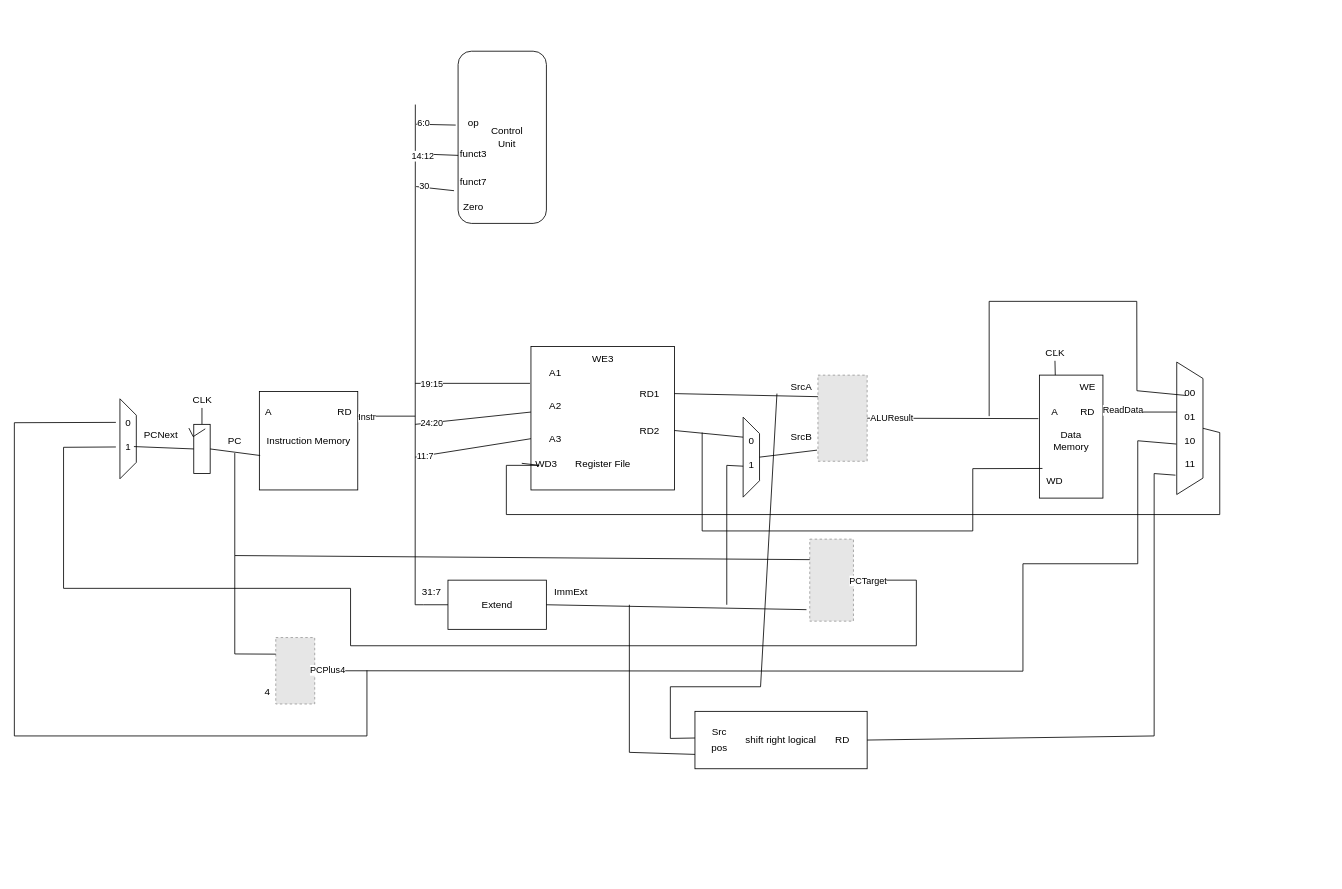
Before: SRLI.drawio in aschi2403/RA-Projekt, a draw.io diagram. Source tidied: cells renumbered, new cells numbered last; positions are measured from the earlier drawing's top-left corner, leaving out a move shared by most shapes. Both pictures are drawn from the tidied source at 82%, with x=0, y=0 at pixel (14, 55). Pictures stored in the file or linked from it are replaced by grey dashed boxes.
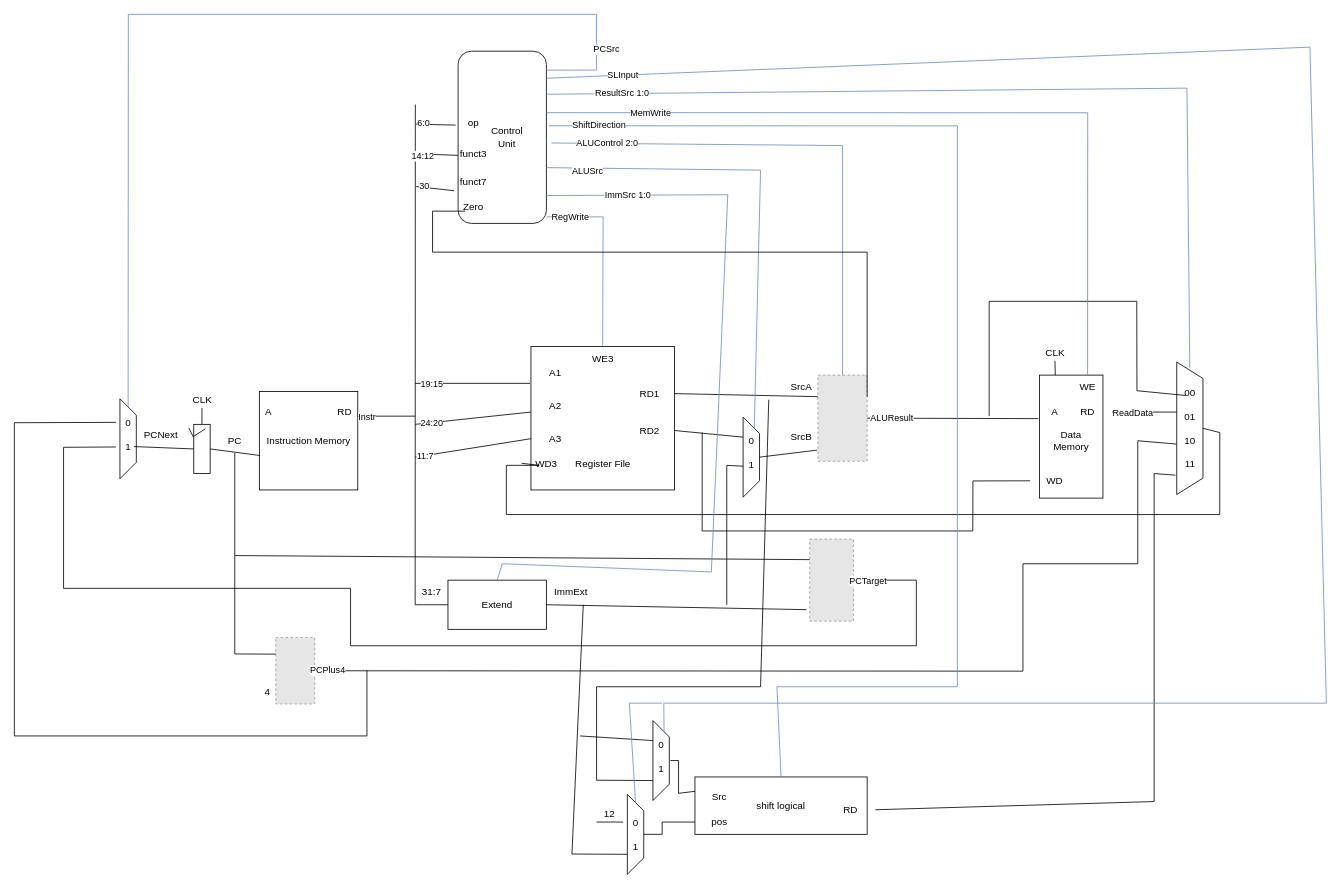
The same page after the edit.

The change refers to these unchanged cells:
```xml
<mxCell id="13" style="shape=trapezoid;perimeter=trapezoidPerimeter;whiteSpace=wrap;html=1;fixedSize=1;rotation=90;" parent="12" vertex="1">
  <mxGeometry x="-18.8" y="38.8" width="97.5" height="20" as="geometry" />
</mxCell>
<mxCell id="28" value="WE3" style="text;html=1;strokeColor=none;fillColor=none;align=center;verticalAlign=middle;whiteSpace=wrap;rounded=0;" parent="1" vertex="1">
  <mxGeometry x="687.5" y="355" width="60" height="30" as="geometry" />
</mxCell>
<mxCell id="30" style="fillColor=#E6E6E6;strokeColor=#999999;dashed=1;verticalLabelPosition=bottom;labelBackgroundColor=default;verticalAlign=top;" parent="1" vertex="1">
  <mxGeometry x="980" y="390" width="60" height="105" as="geometry" />
</mxCell>
<mxCell id="32" value="SrcA" style="text;html=1;strokeColor=none;fillColor=none;align=center;verticalAlign=middle;whiteSpace=wrap;rounded=0;" parent="1" vertex="1">
  <mxGeometry x="930" y="390" width="60" height="30" as="geometry" />
</mxCell>
<mxCell id="35" style="shape=trapezoid;perimeter=trapezoidPerimeter;whiteSpace=wrap;html=1;fixedSize=1;rotation=90;" parent="1" vertex="1">
  <mxGeometry x="850" y="480" width="97.5" height="20" as="geometry" />
</mxCell>
<mxCell id="46" value="Extend" style="rounded=0;whiteSpace=wrap;html=1;" parent="1" vertex="1">
  <mxGeometry x="528.8" y="640" width="120" height="60" as="geometry" />
</mxCell>
<mxCell id="50" value="ImmExt" style="text;html=1;strokeColor=none;fillColor=none;align=center;verticalAlign=middle;whiteSpace=wrap;rounded=0;" parent="1" vertex="1">
  <mxGeometry x="648.8" y="640" width="60" height="30" as="geometry" />
</mxCell>
<mxCell id="59" value="WE" style="text;html=1;strokeColor=none;fillColor=none;align=center;verticalAlign=middle;whiteSpace=wrap;rounded=0;" parent="1" vertex="1">
  <mxGeometry x="1278.8" y="390" width="60" height="30" as="geometry" />
</mxCell>
<mxCell id="64" value="WD" style="text;html=1;strokeColor=none;fillColor=none;align=center;verticalAlign=middle;whiteSpace=wrap;rounded=0;" parent="1" vertex="1">
  <mxGeometry x="1238.8" y="503.8" width="60" height="30" as="geometry" />
</mxCell>
<mxCell id="65" style="endArrow=none;html=1;rounded=0;exitX=1;exitY=0.5;exitDx=0;exitDy=0;" parent="1" edge="1" source="58">
  <mxGeometry relative="1" as="geometry">
    <mxPoint x="1418.8" y="435" as="targetPoint" />
  </mxGeometry>
</mxCell>
<mxCell id="67" style="shape=trapezoid;perimeter=trapezoidPerimeter;whiteSpace=wrap;html=1;fixedSize=1;rotation=90;" parent="1" vertex="1">
  <mxGeometry x="1352.8" y="438.8" width="161.5" height="32" as="geometry" />
</mxCell>
<mxCell id="68" value="&lt;div&gt;00&lt;/div&gt;&lt;div&gt;&lt;br&gt;&lt;/div&gt;&lt;div&gt;01&lt;/div&gt;&lt;div&gt;&lt;br&gt;&lt;/div&gt;&lt;div&gt;10&lt;br&gt;&lt;/div&gt;&lt;div&gt;&lt;br&gt;&lt;/div&gt;&lt;div&gt;11&lt;br&gt;&lt;/div&gt;" style="text;html=1;strokeColor=none;fillColor=none;align=center;verticalAlign=middle;whiteSpace=wrap;rounded=0;" parent="1" vertex="1">
  <mxGeometry x="1403.5" y="381" width="60" height="147.5" as="geometry" />
</mxCell>
<mxCell id="82" style="rounded=1;whiteSpace=wrap;html=1;rotation=90;" parent="81" vertex="1">
  <mxGeometry x="-70" y="46.1" width="210" height="107.7" as="geometry" />
</mxCell>
<mxCell id="87" value="Zero" style="text;html=1;strokeColor=none;fillColor=none;align=center;verticalAlign=middle;whiteSpace=wrap;rounded=0;" parent="81" vertex="1">
  <mxGeometry x="-30" y="170" width="60" height="30" as="geometry" />
</mxCell>
```

Change to the diagram source:
```diff
@@
     <mxCell id="66" value="ReadData" style="edgeLabel;html=1;align=center;verticalAlign=middle;" parent="65" vertex="1">
-      <mxGeometry x="-0.68" y="3" relative="1" as="geometry" />
+      <mxGeometry x="-0.68" y="3" relative="1" as="geometry">
+        <mxPoint x="12" y="3" as="offset" />
+      </mxGeometry>
     </mxCell>
@@
-    <mxCell id="71" style="endArrow=none;html=1;rounded=0;entryX=0.25;entryY=0;entryDx=0;entryDy=0;" parent="1" edge="1" target="64">
+    <mxCell id="71" style="endArrow=none;html=1;rounded=0;" parent="1" edge="1" target="64">
       <mxGeometry relative="1" as="geometry">
         <mxPoint x="838.8" y="460" as="sourcePoint" />
         <Array as="points">
           <mxPoint x="838.8" y="580" />
           <mxPoint x="1168.8" y="580" />
-          <mxPoint x="1168.8" y="504" />
+          <mxPoint x="1169" y="519" />
         </Array>
       </mxGeometry>
     </mxCell>
@@
-    <mxCell id="96" value="shift right logical" style="rounded=0;whiteSpace=wrap;html=1;" parent="1" vertex="1">
-      <mxGeometry x="830" y="800" width="210" height="70" as="geometry" />
+    <mxCell id="96" value="shift logical" style="rounded=0;whiteSpace=wrap;html=1;" parent="1" vertex="1">
+      <mxGeometry x="830" y="880" width="210" height="70" as="geometry" />
     </mxCell>
     <mxCell id="97" value="pos" style="text;html=1;strokeColor=none;fillColor=none;align=center;verticalAlign=middle;whiteSpace=wrap;rounded=0;" parent="1" vertex="1">
-      <mxGeometry x="830" y="830" width="60" height="30" as="geometry" />
+      <mxGeometry x="830" y="920" width="60" height="30" as="geometry" />
     </mxCell>
     <mxCell id="98" value="Src" style="text;html=1;strokeColor=none;fillColor=none;align=center;verticalAlign=middle;whiteSpace=wrap;rounded=0;" parent="1" vertex="1">
-      <mxGeometry x="830" y="810" width="60" height="30" as="geometry" />
+      <mxGeometry x="830" y="890" width="60" height="30" as="geometry" />
     </mxCell>
     <mxCell id="99" value="RD" style="text;html=1;strokeColor=none;fillColor=none;align=center;verticalAlign=middle;whiteSpace=wrap;rounded=0;" parent="1" vertex="1">
-      <mxGeometry x="980" y="820" width="60" height="30" as="geometry" />
+      <mxGeometry x="990" y="905" width="60" height="30" as="geometry" />
     </mxCell>
-    <mxCell id="100" style="endArrow=none;html=1;rounded=0;entryX=0;entryY=0.75;entryDx=0;entryDy=0;" parent="1" edge="1" target="97">
+    <mxCell id="100" style="endArrow=none;html=1;rounded=0;exitX=0.75;exitY=1;exitDx=0;exitDy=0;entryX=0.75;entryY=1;entryDx=0;entryDy=0;" parent="1" edge="1" source="50" target="120">
       <mxGeometry relative="1" as="geometry">
-        <mxPoint x="750" y="670" as="sourcePoint" />
         <Array as="points">
-          <mxPoint x="750" y="850" />
+          <mxPoint x="680" y="974" />
         </Array>
       </mxGeometry>
     </mxCell>
-    <mxCell id="101" style="endArrow=none;html=1;rounded=0;exitX=0;exitY=0.75;exitDx=0;exitDy=0;entryX=0;entryY=0.75;entryDx=0;entryDy=0;" parent="1" edge="1" source="98" target="32">
-      <mxGeometry relative="1" as="geometry">
-        <Array as="points">
-          <mxPoint x="800" y="833" />
-          <mxPoint x="800" y="770" />
-          <mxPoint x="910" y="770" />
-        </Array>
-      </mxGeometry>
-    </mxCell>
@@
     <mxCell id="103" style="endArrow=none;html=1;rounded=0;exitX=1;exitY=0.5;exitDx=0;exitDy=0;entryX=0.854;entryY=1.049;entryDx=0;entryDy=0;entryPerimeter=0;" parent="1" edge="1" source="99" target="67">
       <mxGeometry relative="1" as="geometry">
         <Array as="points">
-          <mxPoint x="1390" y="830" />
+          <mxPoint x="1390" y="910" />
           <mxPoint x="1390" y="510" />
         </Array>
       </mxGeometry>
     </mxCell>
+    <mxCell id="104" style="endArrow=none;html=1;rounded=0;exitX=0.11;exitY=0.008;exitDx=0;exitDy=0;exitPerimeter=0;fillColor=#dae8fc;strokeColor=#6c8ebf;entryX=0;entryY=0.5;entryDx=0;entryDy=0;" parent="1" edge="1" source="82" target="13">
+      <mxGeometry relative="1" as="geometry">
+        <Array as="points">
+          <mxPoint x="710" y="18" />
+          <mxPoint x="710" y="-50" />
+          <mxPoint x="139" y="-50" />
+        </Array>
+      </mxGeometry>
+    </mxCell>
+    <mxCell id="105" value="PCSrc" style="edgeLabel;html=1;align=center;verticalAlign=middle;" parent="104" vertex="1">
+      <mxGeometry x="-0.85" y="2" relative="1" as="geometry">
+        <mxPoint x="13" as="offset" />
+      </mxGeometry>
+    </mxCell>
+    <mxCell id="106" style="endArrow=none;html=1;rounded=0;exitX=0.25;exitY=0;exitDx=0;exitDy=0;fillColor=#dae8fc;strokeColor=#6c8ebf;entryX=0.5;entryY=0;entryDx=0;entryDy=0;" parent="1" edge="1" source="82" target="68">
+      <mxGeometry relative="1" as="geometry">
+        <Array as="points">
+          <mxPoint x="1430" y="40" />
+        </Array>
+      </mxGeometry>
+    </mxCell>
+    <mxCell id="107" value="ResultSrc 1:0" style="edgeLabel;html=1;align=center;verticalAlign=middle;" parent="106" vertex="1">
+      <mxGeometry x="-0.88" y="1" relative="1" as="geometry">
+        <mxPoint x="25" as="offset" />
+      </mxGeometry>
+    </mxCell>
+    <mxCell id="108" value="MemWrite" style="endArrow=none;html=1;rounded=0;exitX=0.357;exitY=-0.001;exitDx=0;exitDy=0;exitPerimeter=0;fillColor=#dae8fc;strokeColor=#6c8ebf;entryX=0.5;entryY=0;entryDx=0;entryDy=0;" parent="1" edge="1" source="82" target="59">
+      <mxGeometry x="-0.74" relative="1" as="geometry">
+        <Array as="points">
+          <mxPoint x="1309" y="70" />
+        </Array>
+      </mxGeometry>
+    </mxCell>
+    <mxCell id="109" style="endArrow=none;html=1;rounded=0;exitX=0.533;exitY=-0.057;exitDx=0;exitDy=0;exitPerimeter=0;fillColor=#dae8fc;strokeColor=#6c8ebf;entryX=0.5;entryY=0;entryDx=0;entryDy=0;" parent="1" edge="1" source="82" target="30">
+      <mxGeometry relative="1" as="geometry">
+        <Array as="points">
+          <mxPoint x="1010" y="110" />
+        </Array>
+      </mxGeometry>
+    </mxCell>
+    <mxCell id="110" value="ALUControl 2:0" style="edgeLabel;html=1;align=center;verticalAlign=middle;" parent="109" vertex="1">
+      <mxGeometry x="-0.82" y="-2" relative="1" as="geometry">
+        <mxPoint x="11" y="-3" as="offset" />
+      </mxGeometry>
+    </mxCell>
+    <mxCell id="111" style="endArrow=none;html=1;rounded=0;exitX=0.676;exitY=-0.001;exitDx=0;exitDy=0;exitPerimeter=0;fillColor=#dae8fc;strokeColor=#6c8ebf;entryX=0;entryY=0.25;entryDx=0;entryDy=0;" parent="1" edge="1" source="82" target="35">
+      <mxGeometry relative="1" as="geometry">
+        <Array as="points">
+          <mxPoint x="910" y="140" />
+        </Array>
+      </mxGeometry>
+    </mxCell>
+    <mxCell id="112" value="ALUSrc" style="edgeLabel;html=1;align=center;verticalAlign=middle;" parent="111" vertex="1">
+      <mxGeometry x="-0.88" y="-2" relative="1" as="geometry">
+        <mxPoint x="15" y="1" as="offset" />
+      </mxGeometry>
+    </mxCell>
+    <mxCell id="113" style="endArrow=none;html=1;rounded=0;exitX=0.838;exitY=0.008;exitDx=0;exitDy=0;exitPerimeter=0;fillColor=#dae8fc;strokeColor=#6c8ebf;entryX=0.5;entryY=0;entryDx=0;entryDy=0;" parent="1" edge="1" source="82" target="46">
+      <mxGeometry relative="1" as="geometry">
+        <Array as="points">
+          <mxPoint x="870" y="170" />
+          <mxPoint x="850" y="630" />
+          <mxPoint x="595" y="620" />
+        </Array>
+      </mxGeometry>
+    </mxCell>
+    <mxCell id="114" value="ImmSrc 1:0" style="edgeLabel;html=1;align=center;verticalAlign=middle;" parent="113" vertex="1">
+      <mxGeometry x="-0.84" relative="1" as="geometry">
+        <mxPoint x="23" y="-1" as="offset" />
+      </mxGeometry>
+    </mxCell>
+    <mxCell id="115" style="endArrow=none;html=1;rounded=0;exitX=0.962;exitY=-0.001;exitDx=0;exitDy=0;exitPerimeter=0;entryX=0.5;entryY=0;entryDx=0;entryDy=0;fillColor=#dae8fc;strokeColor=#6c8ebf;" parent="1" edge="1" source="82" target="28">
+      <mxGeometry relative="1" as="geometry">
+        <Array as="points">
+          <mxPoint x="718" y="197" />
+        </Array>
+      </mxGeometry>
+    </mxCell>
+    <mxCell id="116" value="RegWrite" style="edgeLabel;html=1;align=center;verticalAlign=middle;" parent="115" vertex="1">
+      <mxGeometry x="-0.87" relative="1" as="geometry">
+        <mxPoint x="14" as="offset" />
+      </mxGeometry>
+    </mxCell>
+    <mxCell id="117" style="endArrow=none;html=1;rounded=0;entryX=1;entryY=0.25;entryDx=0;entryDy=0;exitX=0.333;exitY=0.667;exitDx=0;exitDy=0;exitPerimeter=0;" parent="1" edge="1" source="87" target="30">
+      <mxGeometry relative="1" as="geometry">
+        <Array as="points">
+          <mxPoint x="510" y="190" />
+          <mxPoint x="510" y="240" />
+          <mxPoint x="1040" y="240" />
+        </Array>
+      </mxGeometry>
+    </mxCell>
+    <mxCell id="118" style="endArrow=none;html=1;rounded=0;exitX=0.5;exitY=0;exitDx=0;exitDy=0;fillColor=#dae8fc;strokeColor=#6c8ebf;entryX=0.433;entryY=-0.029;entryDx=0;entryDy=0;entryPerimeter=0;" parent="1" edge="1" source="96" target="82">
+      <mxGeometry relative="1" as="geometry">
+        <Array as="points">
+          <mxPoint x="930" y="770" />
+          <mxPoint x="1150" y="770" />
+          <mxPoint x="1150" y="86" />
+        </Array>
+      </mxGeometry>
+    </mxCell>
+    <mxCell id="119" value="ShiftDirection" style="edgeLabel;html=1;align=center;verticalAlign=middle;" parent="118" vertex="1">
+      <mxGeometry x="0.92" y="-1" relative="1" as="geometry" />
+    </mxCell>
+    <mxCell id="120" style="shape=trapezoid;perimeter=trapezoidPerimeter;whiteSpace=wrap;html=1;fixedSize=1;rotation=90;" parent="1" vertex="1">
+      <mxGeometry x="708.8" y="940" width="97.5" height="20" as="geometry" />
+    </mxCell>
+    <mxCell id="121" value="&lt;div&gt;0&lt;/div&gt;&lt;div&gt;&lt;br&gt;&lt;/div&gt;&lt;div&gt;1&lt;br&gt;&lt;/div&gt;" style="text;html=1;strokeColor=none;fillColor=none;align=center;verticalAlign=middle;whiteSpace=wrap;rounded=0;" parent="1" vertex="1">
+      <mxGeometry x="727.5" y="935" width="60" height="30" as="geometry" />
+    </mxCell>
+    <mxCell id="122" style="endArrow=none;html=1;rounded=0;exitX=0.5;exitY=0;exitDx=0;exitDy=0;entryX=0;entryY=0.5;entryDx=0;entryDy=0;" parent="1" edge="1" source="120" target="97">
+      <mxGeometry relative="1" as="geometry">
+        <Array as="points">
+          <mxPoint x="790" y="950" />
+          <mxPoint x="790" y="935" />
+        </Array>
+      </mxGeometry>
+    </mxCell>
+    <mxCell id="123" style="shape=trapezoid;perimeter=trapezoidPerimeter;whiteSpace=wrap;html=1;fixedSize=1;rotation=90;" parent="1" vertex="1">
+      <mxGeometry x="740" y="850" width="97.5" height="20" as="geometry" />
+    </mxCell>
+    <mxCell id="124" style="endArrow=none;html=1;rounded=0;entryX=0.25;entryY=1;entryDx=0;entryDy=0;" parent="1" edge="1" target="123">
+      <mxGeometry relative="1" as="geometry">
+        <mxPoint x="690" y="830" as="sourcePoint" />
+      </mxGeometry>
+    </mxCell>
+    <mxCell id="125" style="endArrow=none;html=1;rounded=0;exitX=0.75;exitY=1;exitDx=0;exitDy=0;" parent="1" edge="1" source="123">
+      <mxGeometry relative="1" as="geometry">
+        <mxPoint x="920" y="420" as="targetPoint" />
+        <Array as="points">
+          <mxPoint x="710" y="884" />
+          <mxPoint x="710" y="770" />
+          <mxPoint x="910" y="770" />
+        </Array>
+      </mxGeometry>
+    </mxCell>
+    <mxCell id="126" value="&lt;div&gt;0&lt;/div&gt;&lt;div&gt;&lt;br&gt;&lt;/div&gt;&lt;div&gt;1&lt;br&gt;&lt;/div&gt;" style="text;html=1;strokeColor=none;fillColor=none;align=center;verticalAlign=middle;whiteSpace=wrap;rounded=0;" parent="1" vertex="1">
+      <mxGeometry x="758.8" y="840" width="60" height="30" as="geometry" />
+    </mxCell>
+    <mxCell id="127" style="endArrow=none;html=1;rounded=0;exitX=0;exitY=0.25;exitDx=0;exitDy=0;" parent="1" edge="1" source="96">
+      <mxGeometry relative="1" as="geometry">
+        <mxPoint x="800" y="860" as="targetPoint" />
+        <Array as="points">
+          <mxPoint x="810" y="900" />
+          <mxPoint x="810" y="860" />
+        </Array>
+      </mxGeometry>
+    </mxCell>
+    <mxCell id="128" style="endArrow=none;html=1;rounded=0;fillColor=#dae8fc;strokeColor=#6c8ebf;exitX=0;exitY=0.25;exitDx=0;exitDy=0;" parent="1" edge="1" source="123">
+      <mxGeometry relative="1" as="geometry">
+        <mxPoint x="1580" y="-10" as="targetPoint" />
+        <Array as="points">
+          <mxPoint x="792" y="790" />
+          <mxPoint x="1600" y="790" />
+        </Array>
+      </mxGeometry>
+    </mxCell>
+    <mxCell id="129" style="endArrow=none;html=1;rounded=0;entryX=0;entryY=0.5;entryDx=0;entryDy=0;fillColor=#dae8fc;strokeColor=#6c8ebf;" parent="1" edge="1" target="120">
+      <mxGeometry relative="1" as="geometry">
+        <mxPoint x="790" y="790" as="sourcePoint" />
+        <Array as="points">
+          <mxPoint x="750" y="790" />
+        </Array>
+      </mxGeometry>
+    </mxCell>
+    <mxCell id="130" style="endArrow=none;html=1;rounded=0;fillColor=#dae8fc;strokeColor=#6c8ebf;exitX=0.157;exitY=-0.001;exitDx=0;exitDy=0;exitPerimeter=0;" parent="1" edge="1" source="82">
+      <mxGeometry relative="1" as="geometry">
+        <mxPoint x="1580" y="-10" as="targetPoint" />
+      </mxGeometry>
+    </mxCell>
+    <mxCell id="131" value="SLInput" style="edgeLabel;html=1;align=center;verticalAlign=middle;" parent="130" vertex="1">
+      <mxGeometry x="-0.8" y="1" relative="1" as="geometry" />
+    </mxCell>
+    <mxCell id="132" style="endArrow=none;html=1;rounded=0;exitX=0.25;exitY=0;exitDx=0;exitDy=0;" parent="1" edge="1" source="121">
+      <mxGeometry relative="1" as="geometry">
+        <mxPoint x="710" y="935" as="targetPoint" />
+      </mxGeometry>
+    </mxCell>
+    <mxCell id="133" value="12" style="text;html=1;strokeColor=none;fillColor=none;align=center;verticalAlign=middle;whiteSpace=wrap;rounded=0;" parent="1" vertex="1">
+      <mxGeometry x="696.2" y="910" width="60" height="30" as="geometry" />
+    </mxCell>
```
